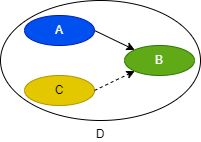
DualsoftDev/ds keeps this draw.io diagram as Language/png/Seq8.dio.png. Above is the earlier version. Source tidied: cells renumbered, new cells last; positions are measured from the earlier drawing's top-left corner, leaving out a move shared by most shapes.
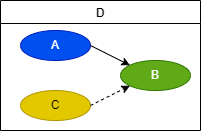
After the change.

What changed in the source:
```diff
@@ -2,26 +2,23 @@
   <root>
     <mxCell id="0" />
     <mxCell id="1" parent="0" />
-    <mxCell id="2" style="group;" parent="1" vertex="1">
-      <mxGeometry width="200" height="120" as="geometry" />
-    </mxCell>
-    <mxCell id="3" value="D" style="ellipse;whiteSpace=wrap;html=1;labelPosition=center;verticalLabelPosition=bottom;align=center;verticalAlign=top;" parent="2" vertex="1">
-      <mxGeometry width="200" height="120" as="geometry" />
+    <mxCell id="3" value="D" style="swimlane;" parent="1" vertex="1">
+      <mxGeometry x="140" y="-40" width="200" height="130" as="geometry" />
     </mxCell>
-    <mxCell id="4" value="A" style="ellipse;whiteSpace=wrap;html=1;fillColor=#0050ef;fontColor=#ffffff;strokeColor=#001DBC;" parent="2" vertex="1">
-      <mxGeometry x="24" y="15" width="70" height="30" as="geometry" />
+    <mxCell id="4" value="A" style="ellipse;whiteSpace=wrap;html=1;fillColor=#0050ef;fontColor=#ffffff;strokeColor=#001DBC;" parent="3" vertex="1">
+      <mxGeometry x="20" y="30" width="70" height="30" as="geometry" />
     </mxCell>
+    <mxCell id="8" value="B" style="ellipse;whiteSpace=wrap;html=1;fillColor=#60a917;fontColor=#ffffff;strokeColor=#2D7600;" parent="3" vertex="1">
+      <mxGeometry x="120" y="60" width="70" height="30" as="geometry" />
+    </mxCell>
-    <mxCell id="5" style="edgeStyle=none;html=1;exitX=1;exitY=0.5;exitDx=0;exitDy=0;entryX=0;entryY=0;entryDx=0;entryDy=0;" parent="2" edge="1" source="4" target="8">
+    <mxCell id="5" style="edgeStyle=none;html=1;exitX=1;exitY=0.5;exitDx=0;exitDy=0;entryX=0;entryY=0;entryDx=0;entryDy=0;" parent="3" edge="1" source="4" target="8">
       <mxGeometry relative="1" as="geometry" />
     </mxCell>
-    <mxCell id="6" value="C" style="ellipse;whiteSpace=wrap;html=1;fillColor=#e3c800;fontColor=#000000;strokeColor=#B09500;" parent="2" vertex="1">
-      <mxGeometry x="24" y="75" width="70" height="30" as="geometry" />
+    <mxCell id="6" value="C" style="ellipse;whiteSpace=wrap;html=1;fillColor=#e3c800;fontColor=#000000;strokeColor=#B09500;" parent="3" vertex="1">
+      <mxGeometry x="20" y="90" width="70" height="30" as="geometry" />
     </mxCell>
-    <mxCell id="7" style="edgeStyle=none;html=1;exitX=1;exitY=0.5;exitDx=0;exitDy=0;entryX=0;entryY=1;entryDx=0;entryDy=0;dashed=1;" parent="2" edge="1" source="6" target="8">
+    <mxCell id="7" style="edgeStyle=none;html=1;exitX=1;exitY=0.5;exitDx=0;exitDy=0;entryX=0;entryY=1;entryDx=0;entryDy=0;dashed=1;" parent="3" edge="1" source="6" target="8">
       <mxGeometry relative="1" as="geometry" />
     </mxCell>
-    <mxCell id="8" value="B" style="ellipse;whiteSpace=wrap;html=1;fillColor=#60a917;fontColor=#ffffff;strokeColor=#2D7600;" parent="2" vertex="1">
-      <mxGeometry x="124" y="45" width="70" height="30" as="geometry" />
-    </mxCell>
   </root>
 </mxGraphModel>
```
